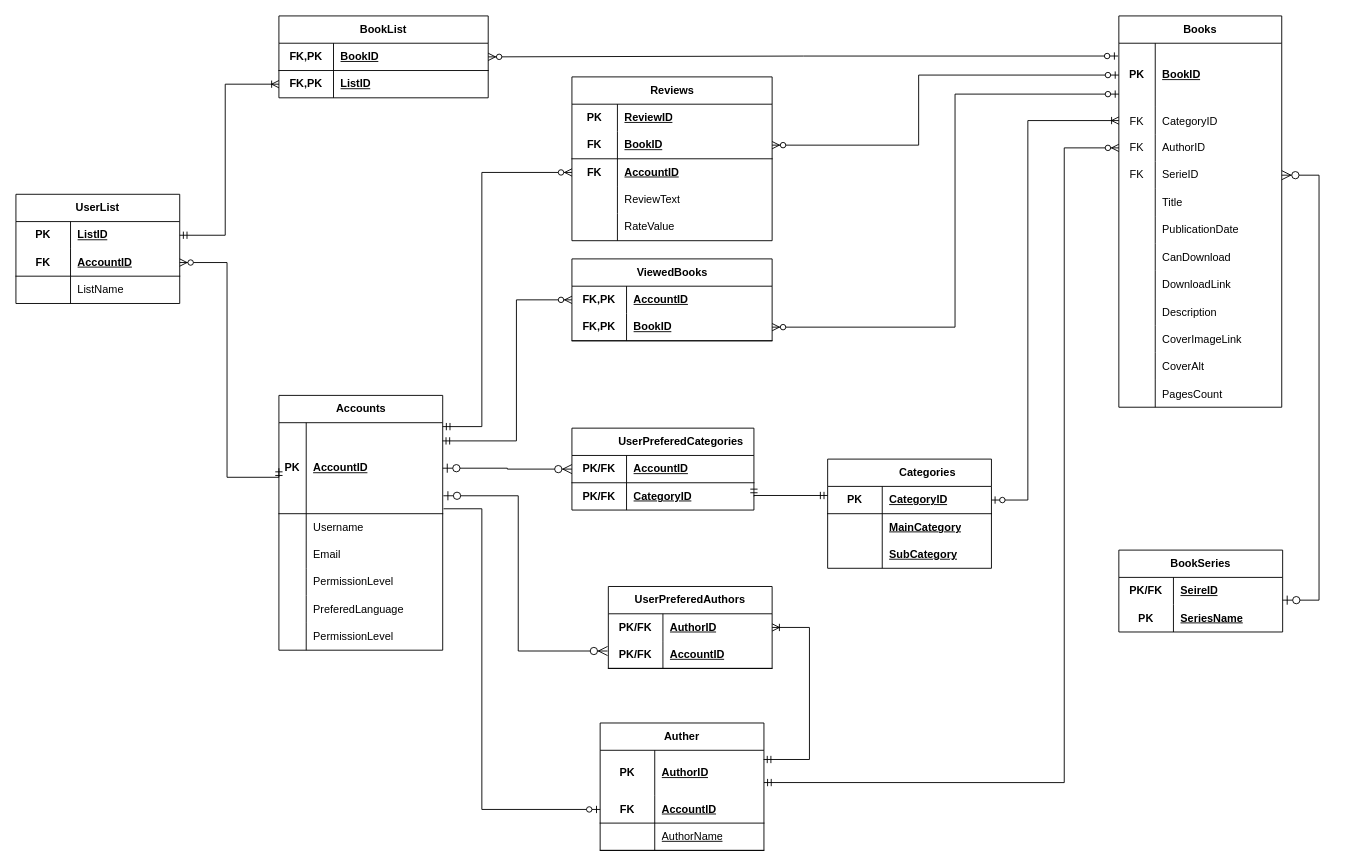
This is API/DataBaseDiagram/catalogs book Database Design ERD.drawio from Master-Heat/Catalogs-Books, a draw.io file, before an edit. Source tidied: cells renumbered, new cells numbered last; positions are measured from the earlier drawing's top-left corner, leaving out a move shared by most shapes. Both pictures are drawn from the tidied source at 91%, with x=0, y=0 at pixel (15, 15).
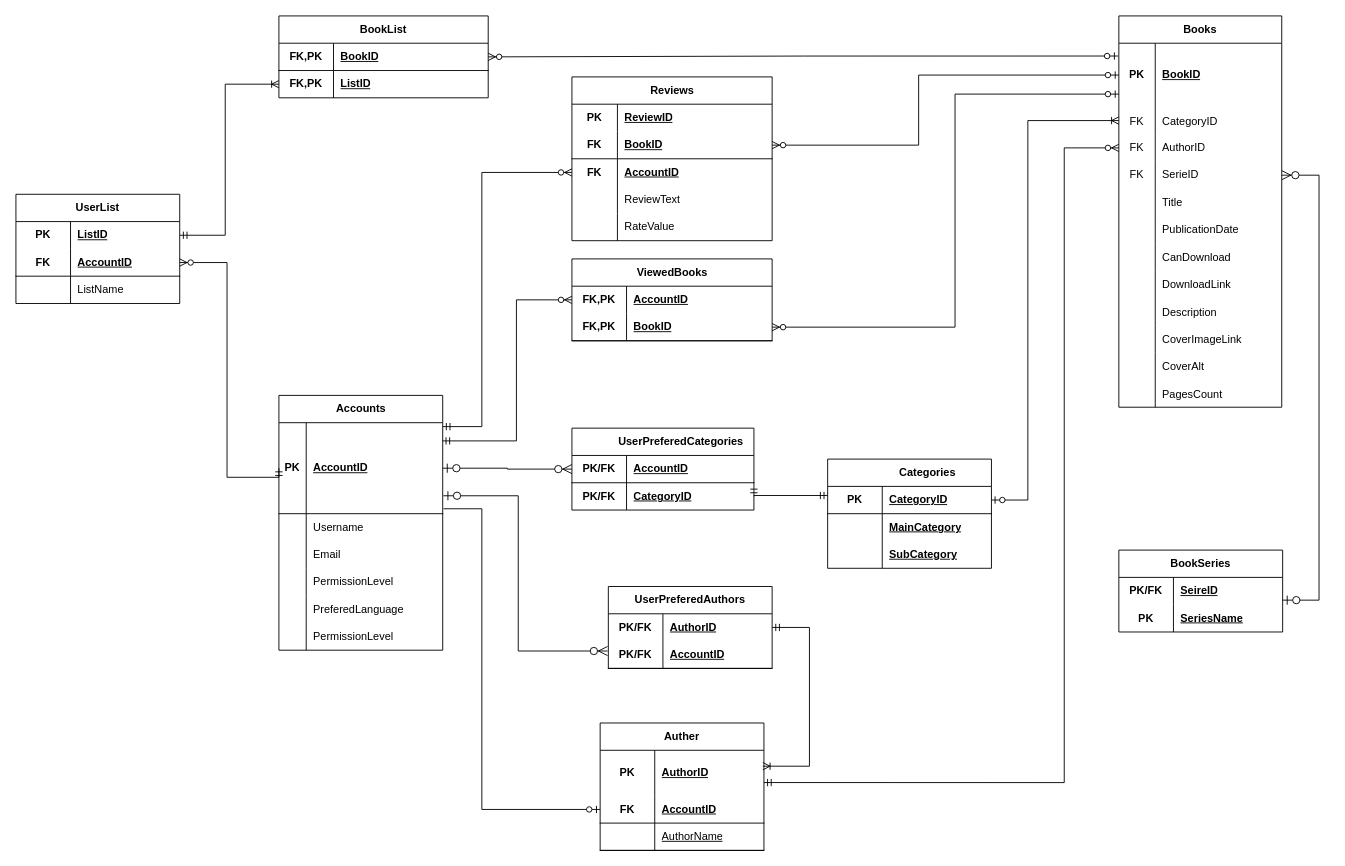
The same page after the edit.

Unchanged cells that the change refers to:
```xml
<mxCell id="104" style="shape=tableRow;horizontal=0;startSize=0;swimlaneHead=0;swimlaneBody=0;fillColor=none;points=[[0,0.5],[1,0.5]];portConstraint=eastwest;top=0;left=0;right=0;bottom=0;html=1;" parent="103" vertex="1">
  <mxGeometry y="30" width="180" height="30" as="geometry" />
</mxCell>
<mxCell id="132" style="shape=tableRow;horizontal=0;startSize=0;swimlaneHead=0;swimlaneBody=0;fillColor=none;points=[[0,0.5],[1,0.5]];portConstraint=eastwest;top=0;left=0;right=0;bottom=0;html=1;" parent="131" vertex="1">
  <mxGeometry y="30" width="180" height="50" as="geometry" />
</mxCell>
```

What changed in the source:
```diff
@@
-    <mxCell id="142" style="edgeStyle=orthogonalEdgeStyle;fontSize=12;html=1;endArrow=ERoneToMany;startArrow=ERmandOne;rounded=0;exitX=0.998;exitY=0.202;exitDx=0;exitDy=0;exitPerimeter=0;" parent="1" edge="1" source="132" target="104">
+    <mxCell id="142" style="edgeStyle=orthogonalEdgeStyle;fontSize=12;html=1;endArrow=ERoneToMany;startArrow=ERmandOne;rounded=0;entryX=0.993;entryY=0.349;entryDx=0;entryDy=0;entryPerimeter=0;" parent="1" edge="1" source="104" target="132">
       <mxGeometry relative="1" as="geometry">
         <Array as="points">
-          <mxPoint x="872" y="817" />
           <mxPoint x="872" y="672" />
+          <mxPoint x="872" y="825" />
         </Array>
       </mxGeometry>
     </mxCell>
```
